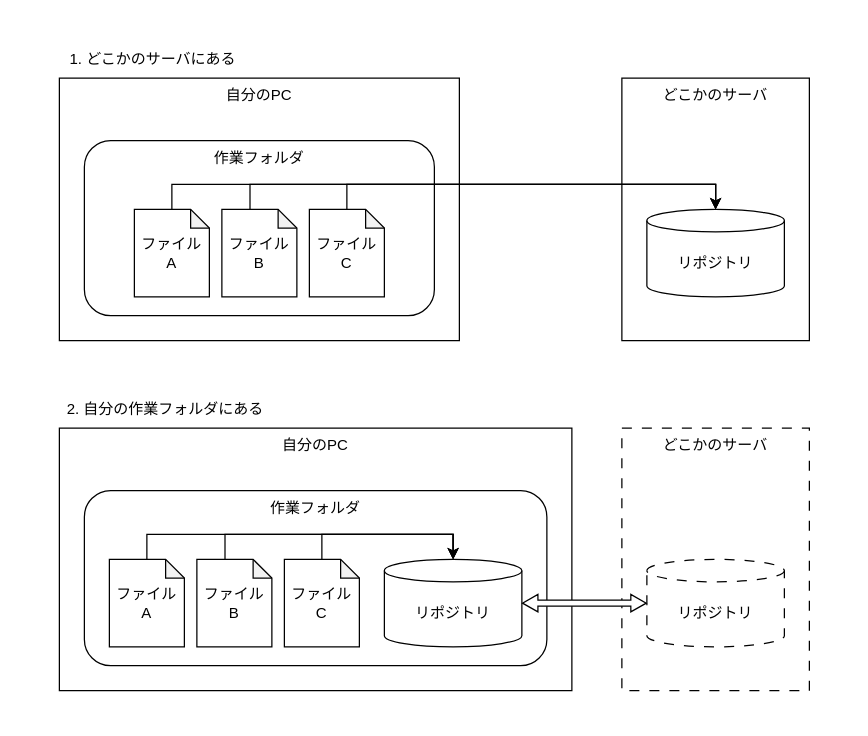
Above: バージョン管理_02_サーバとローカル.drawio in toisaru/drawio-charts (draw.io), before the change. Source tidied: cells renumbered, new cells numbered last; positions are measured from the earlier drawing's top-left corner, leaving out a move shared by most shapes. Both pictures are drawn from the tidied source at 125%, with x=0, y=0 at pixel (21, 21).
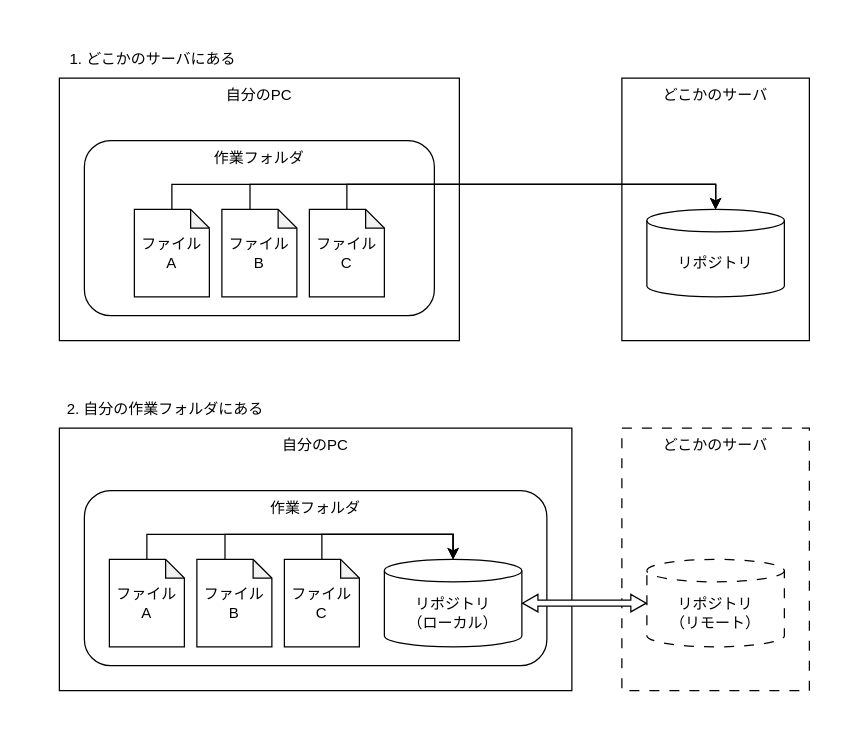
After the change.

Commit message (it also covers changes not shown here):
バージョン管理_02_サーバとローカル.drawio を更新します

The edit, as a diff of the source:
```diff
@@
-    <mxCell id="6" value="リポジトリ" style="shape=cylinder3;whiteSpace=wrap;html=1;boundedLbl=1;backgroundOutline=1;size=9;" parent="1" vertex="1">
+    <mxCell id="6" value="リポジトリ&lt;br&gt;（ローカル）" style="shape=cylinder3;whiteSpace=wrap;html=1;boundedLbl=1;backgroundOutline=1;size=9;" parent="1" vertex="1">
       <mxGeometry x="290" y="430" width="110" height="70" as="geometry" />
     </mxCell>
@@
-    <mxCell id="25" value="リポジトリ" style="shape=cylinder3;whiteSpace=wrap;html=1;boundedLbl=1;backgroundOutline=1;size=9;dashed=1;dashPattern=8 8;" parent="1" vertex="1">
+    <mxCell id="25" value="リポジトリ&lt;div&gt;（リモート）&lt;/div&gt;" style="shape=cylinder3;whiteSpace=wrap;html=1;boundedLbl=1;backgroundOutline=1;size=9;dashed=1;dashPattern=8 8;" parent="1" vertex="1">
       <mxGeometry x="500" y="430" width="110" height="70" as="geometry" />
     </mxCell>
```
